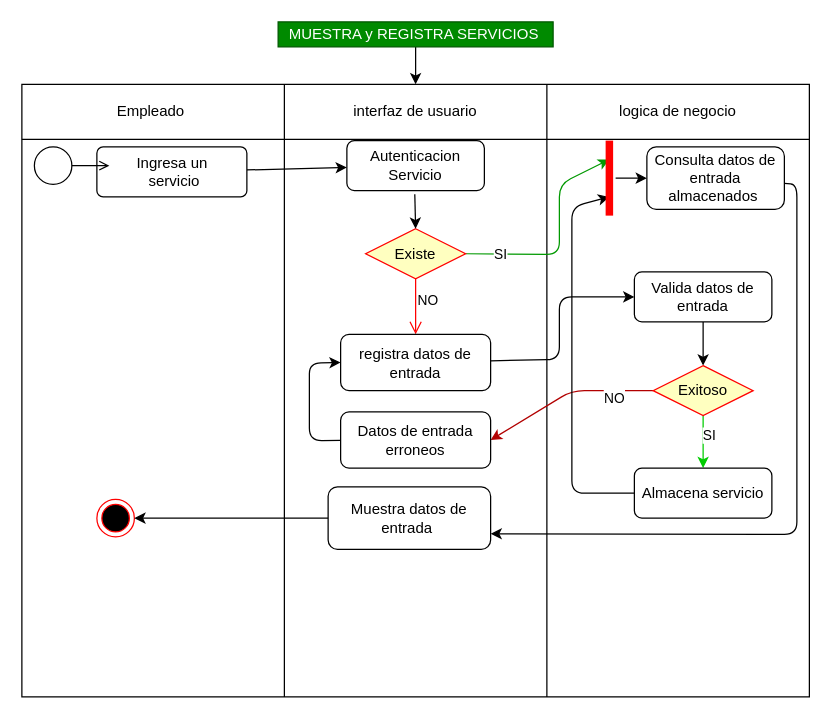
Before: Diagramas_Actividad/DAE.5.1.drawio in DavidArtavia/Activity_Diagram-, a draw.io diagram. Source tidied: cells renumbered, new cells numbered last; positions are measured from the earlier drawing's top-left corner, leaving out a move shared by most shapes. Both pictures are drawn from the tidied source at 125%, with x=0, y=0 at pixel (21, 21).
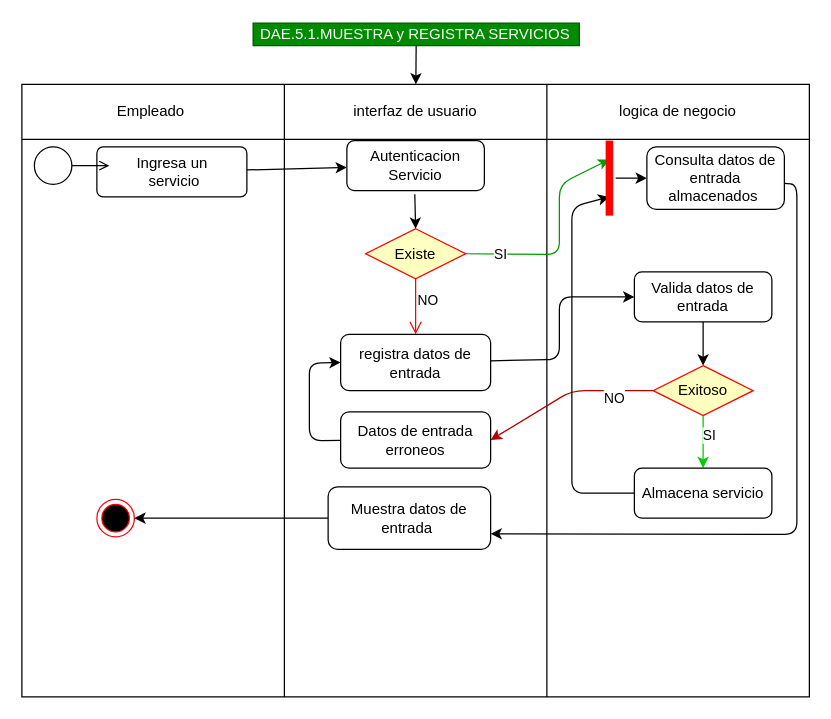
The same page after the edit.

The edit, as a diff of the source:
```diff
@@
-    <mxCell id="25" value="MUESTRA y REGISTRA SERVICIOS&amp;nbsp;" style="text;html=1;align=center;verticalAlign=middle;points=[];rounded=0;fillColor=#008a00;fontColor=#ffffff;strokeColor=#005700;" parent="1" vertex="1">
-      <mxGeometry x="205" width="220" height="20" as="geometry" />
+    <mxCell id="25" value="DAE.5.1.MUESTRA y REGISTRA SERVICIOS&amp;nbsp;" style="text;html=1;align=center;verticalAlign=middle;points=[];rounded=0;fillColor=#008a00;fontColor=#ffffff;strokeColor=#005700;" parent="1" vertex="1">
+      <mxGeometry x="185" y="1" width="261" height="18" as="geometry" />
     </mxCell>
```
